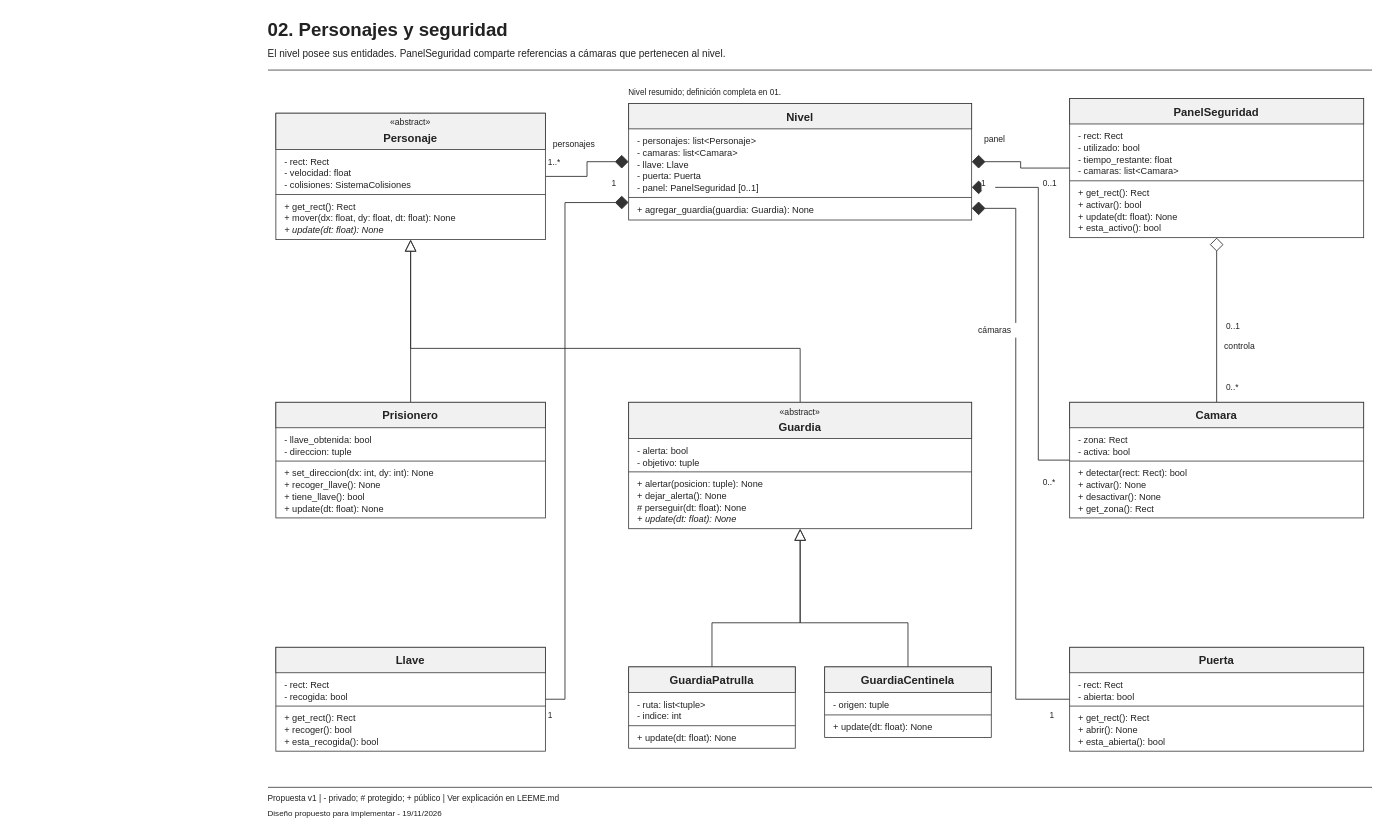
Above: diagramas_uml/drawio/02_personajes_y_seguridad.drawio in JhosFcL/FugaPrision (draw.io), before the change. Source tidied: cells renumbered, new cells numbered last; positions are measured from the earlier drawing's top-left corner, leaving out a move shared by most shapes. Both pictures are drawn from the tidied source at 98%, with x=0, y=0 at pixel (268, 17).
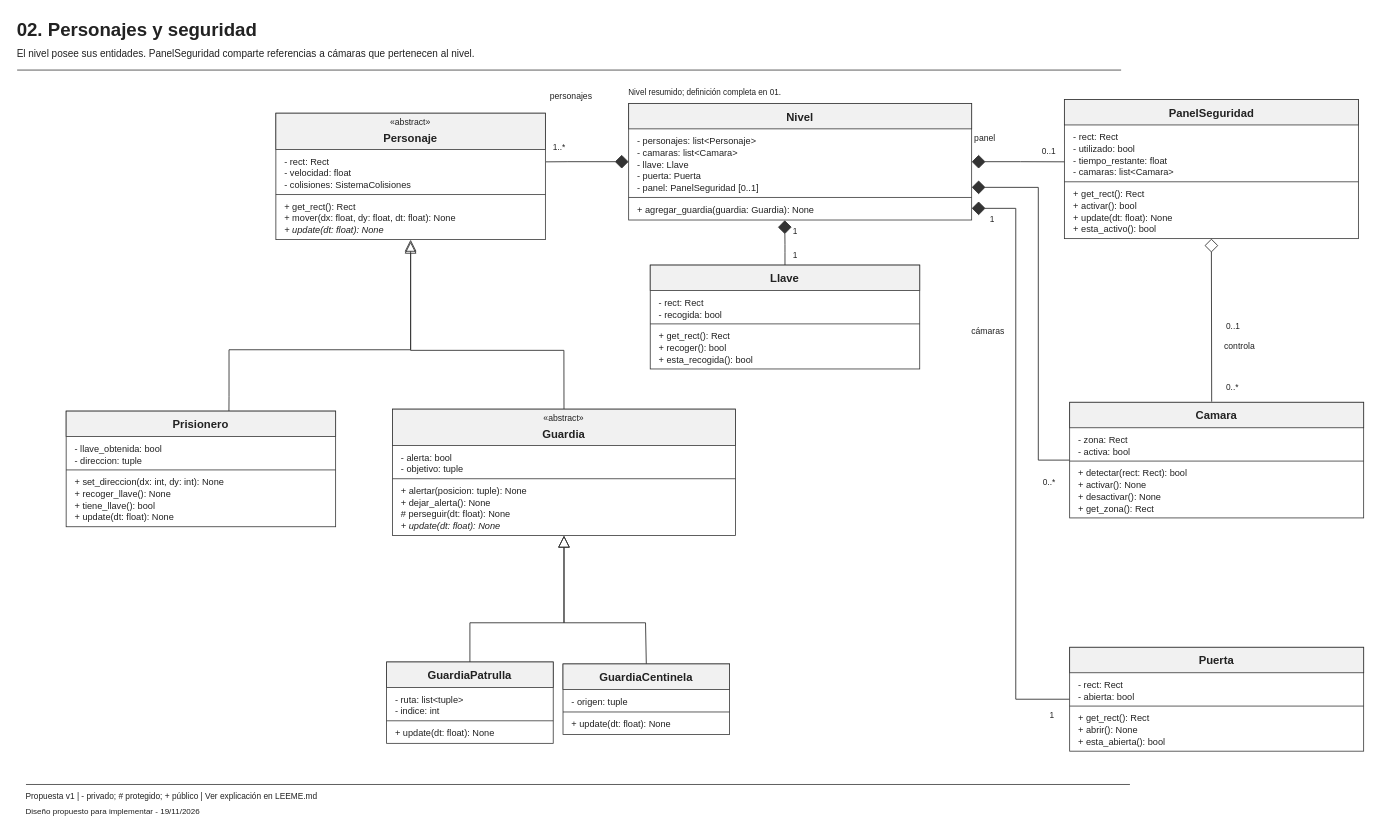
After the change.

Unchanged cells that the change refers to:
```xml
<mxCell id="15" style="group;html=0;" parent="1" vertex="1">
  <mxGeometry x="8" y="98" width="275" height="129" as="geometry" />
</mxCell>
<mxCell id="27" style="group;html=0;" parent="1" vertex="1">
  <mxGeometry x="368" y="88" width="350" height="119" as="geometry" />
</mxCell>
<mxCell id="75" style="group;html=0;" parent="1" vertex="1">
  <mxGeometry x="818" y="393" width="300" height="118" as="geometry" />
</mxCell>
```

What changed in the source:
```diff
@@
-    <mxCell id="2" style="edgeStyle=none;rounded=0;html=0;strokeColor=#333333;strokeWidth=0.9;startArrow=none;endArrow=none;jettySize=0;endArrow=block;endFill=0;endSize=10;exitX=0.50000000;exitY=0.00000000;exitDx=0;exitDy=0;exitPerimeter=0;entryX=0.50000000;entryY=1.00000000;entryDx=0;entryDy=0;entryPerimeter=0;" parent="1" edge="1" source="52" target="15">
-      <mxGeometry relative="1" as="geometry" />
+    <mxCell id="2" style="edgeStyle=none;rounded=0;html=0;strokeColor=#333333;strokeWidth=0.9;startArrow=none;endArrow=none;jettySize=0;endArrow=block;endFill=0;endSize=10;entryX=0.50000000;entryY=1.00000000;entryDx=0;entryDy=0;entryPerimeter=0;exitX=0.604;exitY=0.008;exitDx=0;exitDy=0;exitPerimeter=0;" parent="1" edge="1" source="52" target="15">
+      <mxGeometry x="-0.59" relative="1" as="geometry">
+        <Array as="points">
+          <mxPoint x="-39.8" y="387.3" />
+          <mxPoint x="-39.8" y="339.4" />
+          <mxPoint x="145.5" y="339.4" />
+        </Array>
+      </mxGeometry>
     </mxCell>
-    <mxCell id="3" style="edgeStyle=none;rounded=0;html=0;strokeColor=#333333;strokeWidth=0.9;startArrow=none;endArrow=none;jettySize=0;endArrow=block;endFill=0;endSize=10;exitX=0.50000000;exitY=0.00000000;exitDx=0;exitDy=0;exitPerimeter=0;entryX=0.50000000;entryY=1.00000000;entryDx=0;entryDy=0;entryPerimeter=0;" parent="1" edge="1" source="63" target="15">
+    <mxCell id="3" style="edgeStyle=none;rounded=0;html=0;strokeColor=#333333;strokeWidth=0.9;startArrow=none;endArrow=none;jettySize=0;endArrow=block;endFill=0;endSize=10;exitX=0.5;exitY=0;exitDx=0;exitDy=0;entryX=0.50000000;entryY=1.00000000;entryDx=0;entryDy=0;entryPerimeter=0;" parent="1" edge="1" source="63">
       <mxGeometry relative="1" as="geometry">
+        <mxPoint x="145.5" y="229" as="targetPoint" />
         <Array as="points">
-          <mxPoint x="543" y="338" />
-          <mxPoint x="145.5" y="338" />
+          <mxPoint x="301.9" y="340" />
+          <mxPoint x="145.5" y="340" />
         </Array>
       </mxGeometry>
     </mxCell>
     <mxCell id="4" style="edgeStyle=none;rounded=0;html=0;strokeColor=#333333;strokeWidth=0.9;startArrow=none;endArrow=none;jettySize=0;endArrow=block;endFill=0;endSize=10;exitX=0.50000000;exitY=0.00000000;exitDx=0;exitDy=0;exitPerimeter=0;entryX=0.50000000;entryY=1.00000000;entryDx=0;entryDy=0;entryPerimeter=0;" parent="1" edge="1" source="96" target="63">
-      <mxGeometry relative="1" as="geometry">
+      <mxGeometry x="0.06" relative="1" as="geometry">
         <Array as="points">
-          <mxPoint x="453" y="618" />
-          <mxPoint x="543" y="618" />
+          <mxPoint x="206" y="618" />
+          <mxPoint x="302" y="618" />
         </Array>
       </mxGeometry>
     </mxCell>
     <mxCell id="5" style="edgeStyle=none;rounded=0;html=0;strokeColor=#333333;strokeWidth=0.9;startArrow=none;endArrow=none;jettySize=0;endArrow=block;endFill=0;endSize=10;exitX=0.50000000;exitY=0.00000000;exitDx=0;exitDy=0;exitPerimeter=0;entryX=0.50000000;entryY=1.00000000;entryDx=0;entryDy=0;entryPerimeter=0;" parent="1" edge="1" source="104" target="63">
-      <mxGeometry relative="1" as="geometry">
+      <mxGeometry x="-0.13" relative="1" as="geometry">
         <Array as="points">
-          <mxPoint x="653" y="618" />
-          <mxPoint x="543" y="618" />
+          <mxPoint x="385.2" y="618" />
+          <mxPoint x="302" y="618" />
         </Array>
       </mxGeometry>
     </mxCell>
-    <mxCell id="6" style="edgeStyle=none;rounded=0;html=0;strokeColor=#333333;strokeWidth=0.9;startArrow=none;endArrow=none;jettySize=0;startArrow=diamond;startFill=1;startSize=12;exitX=0.00000000;exitY=0.50000000;exitDx=0;exitDy=0;exitPerimeter=0;entryX=1.00000000;entryY=0.50000000;entryDx=0;entryDy=0;entryPerimeter=0;" parent="1" edge="1" source="27" target="15">
-      <mxGeometry relative="1" as="geometry">
+    <mxCell id="6" style="edgeStyle=none;rounded=0;html=0;strokeColor=#333333;strokeWidth=0.9;startArrow=none;endArrow=none;jettySize=0;startArrow=diamond;startFill=1;startSize=12;exitX=0.00000000;exitY=0.50000000;exitDx=0;exitDy=0;exitPerimeter=0;entryX=1.002;entryY=0.385;entryDx=0;entryDy=0;entryPerimeter=0;" parent="1" edge="1" source="27" target="15">
+      <mxGeometry x="0.07" relative="1" as="geometry">
         <Array as="points">
           <mxPoint x="325.5" y="147.5" />
-          <mxPoint x="325.5" y="162.5" />
+          <mxPoint x="306" y="147.5" />
         </Array>
       </mxGeometry>
     </mxCell>
-    <mxCell id="7" style="edgeStyle=none;rounded=0;html=0;strokeColor=#333333;strokeWidth=0.9;startArrow=none;endArrow=none;jettySize=0;startArrow=diamond;startFill=1;startSize=12;exitX=1.00000000;exitY=0.50000000;exitDx=0;exitDy=0;exitPerimeter=0;entryX=0.00000000;entryY=0.50000000;entryDx=0;entryDy=0;entryPerimeter=0;" parent="1" edge="1" source="27" target="39">
-      <mxGeometry relative="1" as="geometry">
+    <mxCell id="7" style="edgeStyle=none;rounded=0;html=0;strokeColor=#333333;strokeWidth=0.9;startArrow=none;endArrow=none;jettySize=0;startArrow=diamond;startFill=1;startSize=12;exitX=1.00000000;exitY=0.50000000;exitDx=0;exitDy=0;exitPerimeter=0;entryX=0.002;entryY=0.448;entryDx=0;entryDy=0;entryPerimeter=0;" parent="1" edge="1" source="27" target="39">
+      <mxGeometry x="-0.03" relative="1" as="geometry">
         <Array as="points">
           <mxPoint x="768" y="147.5" />
-          <mxPoint x="768" y="154" />
         </Array>
       </mxGeometry>
     </mxCell>
@@
-    <mxCell id="9" style="edgeStyle=none;rounded=0;html=0;strokeColor=#333333;strokeWidth=0.9;startArrow=none;endArrow=none;jettySize=0;startArrow=diamond;startFill=1;startSize=12;exitX=0.00000000;exitY=0.85000000;exitDx=0;exitDy=0;exitPerimeter=0;entryX=1.00000000;entryY=0.50000000;entryDx=0;entryDy=0;entryPerimeter=0;" parent="1" edge="1" source="27" target="86">
-      <mxGeometry relative="1" as="geometry">
+    <mxCell id="9" style="edgeStyle=none;rounded=0;html=0;strokeColor=#333333;strokeWidth=0.9;startArrow=none;endArrow=none;jettySize=0;startArrow=diamond;startFill=1;startSize=12;exitX=0.455;exitY=1.002;exitDx=0;exitDy=0;exitPerimeter=0;entryX=0.5;entryY=0;entryDx=0;entryDy=0;" parent="1" edge="1" source="27" target="86">
+      <mxGeometry x="0.34" relative="1" as="geometry">
         <Array as="points">
-          <mxPoint x="303" y="189.2" />
-          <mxPoint x="303" y="696" />
+          <mxPoint x="527.5" y="232.1" />
+          <mxPoint x="527.5" y="240.4" />
         </Array>
       </mxGeometry>
     </mxCell>
@@
-    <mxCell id="11" style="edgeStyle=none;rounded=0;html=0;strokeColor=#333333;strokeWidth=0.9;startArrow=none;endArrow=none;jettySize=0;startArrow=diamond;startFill=0;startSize=12;exitX=0.50000000;exitY=1.00000000;exitDx=0;exitDy=0;exitPerimeter=0;entryX=0.50000000;entryY=0.00000000;entryDx=0;entryDy=0;entryPerimeter=0;" parent="1" edge="1" source="39" target="75">
+    <mxCell id="11" style="edgeStyle=none;rounded=0;html=0;strokeColor=#333333;strokeWidth=0.9;startArrow=none;endArrow=none;jettySize=0;startArrow=diamond;startFill=0;startSize=12;exitX=0.50000000;exitY=1.00000000;exitDx=0;exitDy=0;exitPerimeter=0;entryX=0.483;entryY=-0.005;entryDx=0;entryDy=0;entryPerimeter=0;" parent="1" edge="1" source="39" target="75">
       <mxGeometry relative="1" as="geometry" />
     </mxCell>
     <mxCell id="12" value="02. Personajes y seguridad" style="text;html=0;whiteSpace=wrap;align=left;verticalAlign=middle;fontFamily=Arial;fontSize=19;fontStyle=1;strokeColor=none;fillColor=none;fontColor=#222222;spacing=0;" parent="1" vertex="1">
-      <mxGeometry width="1120" height="27" as="geometry" />
+      <mxGeometry x="-256" width="1120" height="27" as="geometry" />
     </mxCell>
     <mxCell id="13" value="El nivel posee sus entidades. PanelSeguridad comparte referencias a cámaras que pertenecen al nivel." style="text;html=0;whiteSpace=wrap;align=left;verticalAlign=middle;fontFamily=Arial;fontSize=10.2;fontStyle=0;strokeColor=none;fillColor=none;fontColor=#222222;spacing=0;" parent="1" vertex="1">
-      <mxGeometry y="27" width="1120" height="21" as="geometry" />
+      <mxGeometry x="-256" y="27" width="1120" height="21" as="geometry" />
     </mxCell>
     <mxCell id="14" style="edgeStyle=none;endArrow=none;startArrow=none;strokeColor=#333333;strokeWidth=0.8;" parent="1" edge="1">
       <mxGeometry relative="1" as="geometry">
-        <mxPoint y="54" as="sourcePoint" />
-        <mxPoint x="1126.5" y="54" as="targetPoint" />
+        <mxPoint x="-256" y="54" as="sourcePoint" />
+        <mxPoint x="870.5" y="54" as="targetPoint" />
       </mxGeometry>
     </mxCell>
@@
     <mxCell id="39" style="group;html=0;" parent="1" vertex="1">
-      <mxGeometry x="818" y="83" width="300" height="142" as="geometry" />
+      <mxGeometry x="812.6" y="84" width="300" height="142" as="geometry" />
     </mxCell>
@@
     <mxCell id="52" style="group;html=0;" parent="1" vertex="1">
-      <mxGeometry x="8" y="393" width="275" height="118" as="geometry" />
+      <mxGeometry x="-206" y="402" width="275" height="118" as="geometry" />
     </mxCell>
@@
     <mxCell id="63" style="group;html=0;" parent="1" vertex="1">
-      <mxGeometry x="368" y="393" width="350" height="129" as="geometry" />
+      <mxGeometry x="127" y="400" width="350" height="129" as="geometry" />
     </mxCell>
@@
     <mxCell id="86" style="group;html=0;" parent="1" vertex="1">
-      <mxGeometry x="8" y="643" width="275" height="106" as="geometry" />
+      <mxGeometry x="390" y="253" width="275" height="106" as="geometry" />
     </mxCell>
@@
     <mxCell id="96" style="group;html=0;" parent="1" vertex="1">
-      <mxGeometry x="368" y="663" width="170" height="83" as="geometry" />
+      <mxGeometry x="121" y="658" width="170" height="83" as="geometry" />
     </mxCell>
@@
     <mxCell id="104" style="group;html=0;" parent="1" vertex="1">
-      <mxGeometry x="568" y="663" width="170" height="72" as="geometry" />
+      <mxGeometry x="301" y="660" width="170" height="72" as="geometry" />
     </mxCell>
@@
     <mxCell id="121" value="personajes" style="text;html=0;whiteSpace=wrap;align=left;verticalAlign=middle;fontFamily=Arial;fontSize=8.8;fontStyle=0;strokeColor=none;fillColor=none;fontColor=#222222;spacing=0;fillColor=#ffffff;" parent="1" vertex="1">
-      <mxGeometry x="291" y="122" width="55" height="15" as="geometry" />
+      <mxGeometry x="288.4" y="73" width="55" height="15" as="geometry" />
     </mxCell>
     <mxCell id="122" value="1" style="text;html=0;whiteSpace=wrap;align=left;verticalAlign=middle;fontFamily=Arial;fontSize=8.5;fontStyle=0;strokeColor=none;fillColor=none;fontColor=#222222;spacing=0;fillColor=#ffffff;" parent="1" vertex="1">
-      <mxGeometry x="351" y="162" width="14" height="15" as="geometry" />
+      <mxGeometry x="536" y="235" width="14" height="15" as="geometry" />
     </mxCell>
     <mxCell id="123" value="1..*" style="text;html=0;whiteSpace=wrap;align=left;verticalAlign=middle;fontFamily=Arial;fontSize=8.5;fontStyle=0;strokeColor=none;fillColor=none;fontColor=#222222;spacing=0;fillColor=#ffffff;" parent="1" vertex="1">
-      <mxGeometry x="286" y="140" width="21.6" height="15" as="geometry" />
+      <mxGeometry x="291" y="125" width="21.6" height="15" as="geometry" />
     </mxCell>
     <mxCell id="124" value="panel" style="text;html=0;whiteSpace=wrap;align=left;verticalAlign=middle;fontFamily=Arial;fontSize=8.8;fontStyle=0;strokeColor=none;fillColor=none;fontColor=#222222;spacing=0;fillColor=#ffffff;" parent="1" vertex="1">
-      <mxGeometry x="731" y="117" width="54" height="15" as="geometry" />
+      <mxGeometry x="721" y="116" width="21.6" height="15" as="geometry" />
     </mxCell>
     <mxCell id="125" value="1" style="text;html=0;whiteSpace=wrap;align=left;verticalAlign=middle;fontFamily=Arial;fontSize=8.5;fontStyle=0;strokeColor=none;fillColor=none;fontColor=#222222;spacing=0;fillColor=#ffffff;" parent="1" vertex="1">
-      <mxGeometry x="728" y="162" width="14" height="15" as="geometry" />
+      <mxGeometry x="737" y="199" width="14" height="15" as="geometry" />
     </mxCell>
     <mxCell id="126" value="0..1" style="text;html=0;whiteSpace=wrap;align=left;verticalAlign=middle;fontFamily=Arial;fontSize=8.5;fontStyle=0;strokeColor=none;fillColor=none;fontColor=#222222;spacing=0;fillColor=#ffffff;" parent="1" vertex="1">
-      <mxGeometry x="791" y="162" width="21.6" height="15" as="geometry" />
+      <mxGeometry x="790.4" y="129" width="21.6" height="15" as="geometry" />
     </mxCell>
     <mxCell id="127" value="cámaras" style="text;html=0;whiteSpace=wrap;align=left;verticalAlign=middle;fontFamily=Arial;fontSize=8.8;fontStyle=0;strokeColor=none;fillColor=none;fontColor=#222222;spacing=0;fillColor=#ffffff;" parent="1" vertex="1">
-      <mxGeometry x="725" y="312" width="54" height="15" as="geometry" />
+      <mxGeometry x="718" y="313" width="38" height="15" as="geometry" />
     </mxCell>
@@
     <mxCell id="129" value="1" style="text;html=0;whiteSpace=wrap;align=left;verticalAlign=middle;fontFamily=Arial;fontSize=8.5;fontStyle=0;strokeColor=none;fillColor=none;fontColor=#222222;spacing=0;fillColor=#ffffff;" parent="1" vertex="1">
-      <mxGeometry x="286" y="705" width="14" height="15" as="geometry" />
+      <mxGeometry x="536" y="211" width="14" height="15" as="geometry" />
     </mxCell>
@@
     <mxCell id="134" style="edgeStyle=none;endArrow=none;startArrow=none;strokeColor=#333333;strokeWidth=0.8;" parent="1" edge="1">
       <mxGeometry relative="1" as="geometry">
-        <mxPoint y="785.9" as="sourcePoint" />
-        <mxPoint x="1126.5" y="785.9" as="targetPoint" />
+        <mxPoint x="-247" y="783" as="sourcePoint" />
+        <mxPoint x="879.5" y="783" as="targetPoint" />
       </mxGeometry>
     </mxCell>
     <mxCell id="135" value="Propuesta v1 | - privado; # protegido; + público | Ver explicación en LEEME.md" style="text;html=0;whiteSpace=wrap;align=left;verticalAlign=middle;fontFamily=Arial;fontSize=8.5;fontStyle=0;strokeColor=none;fillColor=none;fontColor=#222222;spacing=0;" parent="1" vertex="1">
-      <mxGeometry y="789.9" width="1120" height="15" as="geometry" />
+      <mxGeometry x="-247" y="787" width="1120" height="15" as="geometry" />
     </mxCell>
     <mxCell id="136" value="Diseño propuesto para implementar - 19/11/2026" style="text;html=0;whiteSpace=wrap;align=left;verticalAlign=middle;fontFamily=Arial;fontSize=8.2;fontStyle=0;strokeColor=none;fillColor=none;fontColor=#222222;spacing=0;" parent="1" vertex="1">
-      <mxGeometry y="805.9" width="1120" height="15" as="geometry" />
+      <mxGeometry x="-247" y="803" width="1120" height="15" as="geometry" />
     </mxCell>
```
